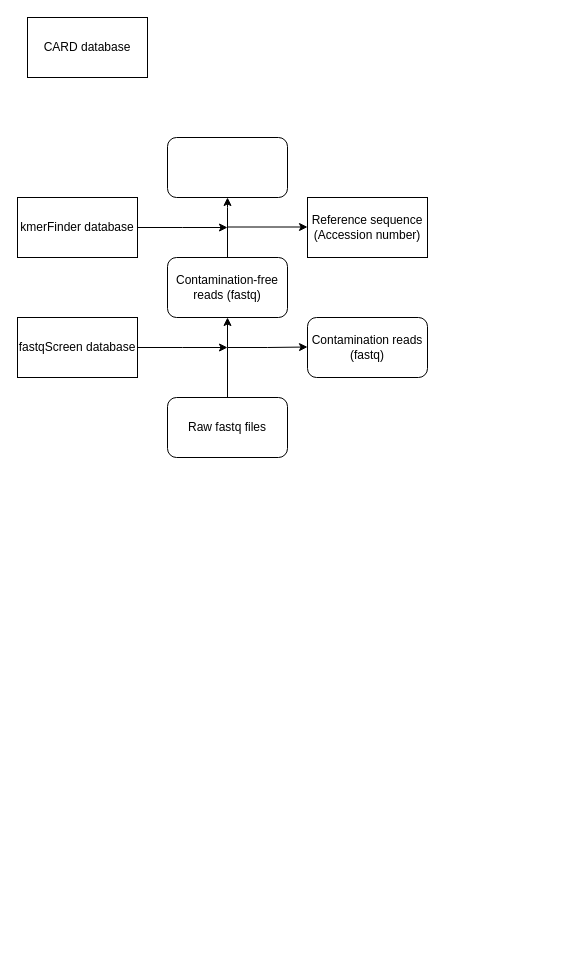
This is Updated_Workflow_Draft.drawio from NMRL/Ardetype, a draw.io file, before an edit. Source tidied: cells renumbered, new cells numbered last; positions are measured from the earlier drawing's top-left corner, leaving out a move shared by most shapes. Both pictures are drawn from the tidied source at 100%, with x=0, y=0 at pixel (17, 17).
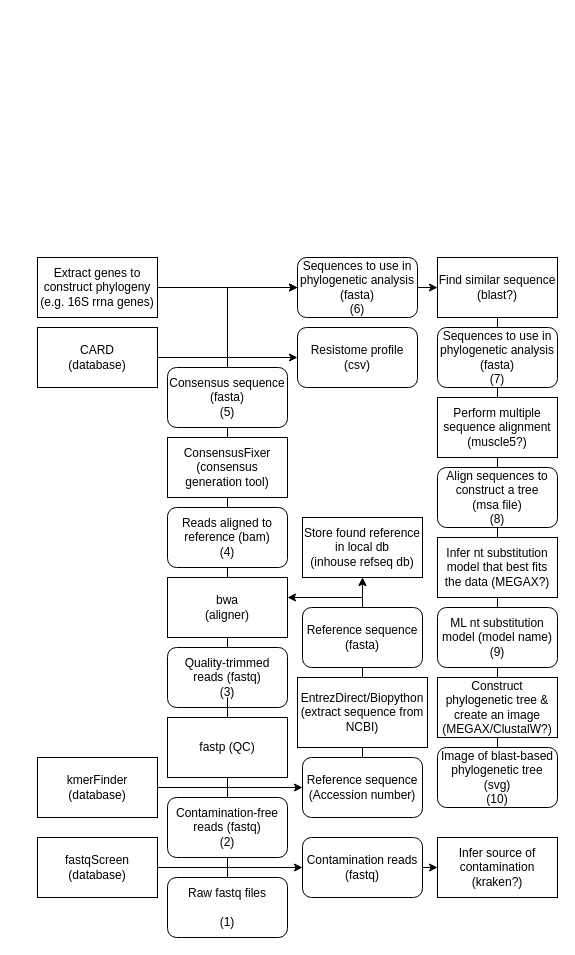
The same diagram, later.

What changed in the source:
```diff
@@
-    <mxCell id="2" value="CARD database" style="rounded=0;whiteSpace=wrap;html=1;" parent="1" vertex="1">
-      <mxGeometry x="10" width="120" height="60" as="geometry" />
-    </mxCell>
-    <mxCell id="3" style="edgeStyle=orthogonalEdgeStyle;rounded=0;jettySize=auto;html=1;exitX=1;exitY=0.5;exitDx=0;exitDy=0;" parent="1" edge="1" source="4">
-      <mxGeometry relative="1" as="geometry">
-        <mxPoint x="210" y="210" as="targetPoint" />
-      </mxGeometry>
+    <mxCell id="3" style="edgeStyle=orthogonalEdgeStyle;rounded=0;jettySize=auto;html=1;exitX=1;exitY=0.5;exitDx=0;exitDy=0;entryX=0;entryY=0.5;entryDx=0;entryDy=0;" parent="1" edge="1" source="4" target="13">
+      <mxGeometry relative="1" as="geometry" />
     </mxCell>
-    <mxCell id="4" value="kmerFinder database" style="rounded=0;whiteSpace=wrap;html=1;" parent="1" vertex="1">
-      <mxGeometry y="180" width="120" height="60" as="geometry" />
+    <mxCell id="4" value="kmerFinder (database)" style="rounded=0;whiteSpace=wrap;html=1;" parent="1" vertex="1">
+      <mxGeometry x="20" y="740" width="120" height="60" as="geometry" />
     </mxCell>
-    <mxCell id="5" style="edgeStyle=orthogonalEdgeStyle;rounded=0;jettySize=auto;html=1;" parent="1" edge="1" source="6">
-      <mxGeometry relative="1" as="geometry">
-        <mxPoint x="210" y="330" as="targetPoint" />
-      </mxGeometry>
+    <mxCell id="5" style="edgeStyle=orthogonalEdgeStyle;rounded=0;jettySize=auto;html=1;entryX=0;entryY=0.5;entryDx=0;entryDy=0;" parent="1" edge="1" source="6" target="14">
+      <mxGeometry relative="1" as="geometry" />
     </mxCell>
-    <mxCell id="6" value="fastqScreen database" style="rounded=0;whiteSpace=wrap;html=1;" parent="1" vertex="1">
-      <mxGeometry y="300" width="120" height="60" as="geometry" />
+    <mxCell id="6" value="fastqScreen (database)" style="rounded=0;whiteSpace=wrap;html=1;" parent="1" vertex="1">
+      <mxGeometry x="20" y="820" width="120" height="60" as="geometry" />
     </mxCell>
-    <mxCell id="7" value="&lt;div&gt;Raw fastq files&lt;br&gt;&lt;/div&gt;" style="rounded=1;whiteSpace=wrap;html=1;" parent="1" vertex="1">
-      <mxGeometry x="150" y="380" width="120" height="60" as="geometry" />
+    <mxCell id="7" value="&lt;div&gt;Raw fastq files&lt;br&gt;&lt;/div&gt;&lt;div&gt;&lt;br&gt;&lt;/div&gt;&lt;div&gt;(1)&lt;br&gt;&lt;/div&gt;" style="rounded=1;whiteSpace=wrap;html=1;" parent="1" vertex="1">
+      <mxGeometry x="150" y="860" width="120" height="60" as="geometry" />
     </mxCell>
-    <mxCell id="8" style="endArrow=classic;html=1;rounded=0;exitX=0.5;exitY=0;exitDx=0;exitDy=0;" parent="1" edge="1" source="7">
+    <mxCell id="8" style="endArrow=classic;html=1;rounded=0;exitX=0.5;exitY=0;exitDx=0;exitDy=0;startArrow=none;" parent="1" edge="1" source="10">
       <mxGeometry relative="1" as="geometry">
-        <mxPoint x="210" y="300" as="targetPoint" />
-        <Array as="points">
-          <mxPoint x="210" y="330" />
-        </Array>
+        <mxPoint x="210" y="810" as="targetPoint" />
       </mxGeometry>
     </mxCell>
-    <mxCell id="9" style="edgeStyle=orthogonalEdgeStyle;rounded=0;jettySize=auto;html=1;exitX=0.5;exitY=0;exitDx=0;exitDy=0;" parent="1" edge="1" source="10">
+    <mxCell id="9" style="edgeStyle=orthogonalEdgeStyle;rounded=0;jettySize=auto;html=1;exitX=0.5;exitY=0;exitDx=0;exitDy=0;startArrow=none;entryX=0;entryY=0.5;entryDx=0;entryDy=0;" parent="1" edge="1" source="20" target="32">
       <mxGeometry relative="1" as="geometry">
-        <mxPoint x="210" y="180" as="targetPoint" />
         <Array as="points">
-          <mxPoint x="210" y="190" />
-          <mxPoint x="210" y="190" />
+          <mxPoint x="210" y="270" />
         </Array>
       </mxGeometry>
     </mxCell>
+    <mxCell id="16" style="edgeStyle=none;rounded=0;jettySize=auto;html=1;exitX=1;exitY=0.5;exitDx=0;exitDy=0;" parent="1" edge="1" source="14" target="48">
+      <mxGeometry relative="1" as="geometry" />
+    </mxCell>
+    <mxCell id="14" value="&lt;div&gt;Contamination reads&lt;/div&gt;&lt;div&gt;(fastq)&lt;br&gt;&lt;/div&gt;" style="rounded=1;whiteSpace=wrap;html=1;" parent="1" vertex="1">
+      <mxGeometry x="285" y="820" width="120" height="60" as="geometry" />
+    </mxCell>
+    <mxCell id="13" value="&lt;div&gt;Reference sequence&lt;/div&gt;&lt;div&gt;(Accession number)&lt;br&gt;&lt;/div&gt;" style="rounded=1;whiteSpace=wrap;html=1;" parent="1" vertex="1">
+      <mxGeometry x="285" y="740" width="120" height="60" as="geometry" />
+    </mxCell>
+    <mxCell id="17" value="&lt;div&gt;bwa &lt;br&gt;&lt;/div&gt;&lt;div&gt;(aligner)&lt;/div&gt;" style="rounded=0;whiteSpace=wrap;html=1;" parent="1" vertex="1">
+      <mxGeometry x="150" y="560" width="120" height="60" as="geometry" />
+    </mxCell>
+    <mxCell id="18" value="&lt;div&gt;ConsensusFixer&lt;/div&gt;&lt;div&gt;(consensus generation tool)&lt;br&gt;&lt;/div&gt;" style="rounded=0;whiteSpace=wrap;html=1;" parent="1" vertex="1">
+      <mxGeometry x="150" y="420" width="120" height="60" as="geometry" />
+    </mxCell>
-    <mxCell id="10" value="Contamination-free reads (fastq)" style="rounded=1;whiteSpace=wrap;html=1;" parent="1" vertex="1">
-      <mxGeometry x="150" y="240" width="120" height="60" as="geometry" />
+    <mxCell id="10" value="&lt;div&gt;Contamination-free reads (fastq)&lt;/div&gt;&lt;div&gt;(2)&lt;/div&gt;" style="rounded=1;whiteSpace=wrap;html=1;" parent="1" vertex="1">
+      <mxGeometry x="150" y="780" width="120" height="60" as="geometry" />
     </mxCell>
-    <mxCell id="11" style="rounded=1;whiteSpace=wrap;html=1;" parent="1" vertex="1">
-      <mxGeometry x="150" y="120" width="120" height="60" as="geometry" />
-    </mxCell>
-    <mxCell id="12" style="edgeStyle=orthogonalEdgeStyle;rounded=0;jettySize=auto;html=1;exitX=1;exitY=0.5;exitDx=0;exitDy=0;" parent="1" edge="1" target="13">
-      <mxGeometry relative="1" as="geometry">
-        <mxPoint x="210" y="209.5" as="sourcePoint" />
-      </mxGeometry>
-    </mxCell>
-    <mxCell id="13" value="&lt;div&gt;Reference sequence&lt;/div&gt;&lt;div&gt;(Accession number)&lt;br&gt;&lt;/div&gt;" style="rounded=0;whiteSpace=wrap;html=1;" parent="1" vertex="1">
-      <mxGeometry x="290" y="180" width="120" height="60" as="geometry" />
-    </mxCell>
-    <mxCell id="14" value="&lt;div&gt;Contamination reads&lt;/div&gt;&lt;div&gt;(fastq)&lt;br&gt;&lt;/div&gt;" style="rounded=1;whiteSpace=wrap;html=1;" parent="1" vertex="1">
-      <mxGeometry x="290" y="300" width="120" height="60" as="geometry" />
-    </mxCell>
-    <mxCell id="15" style="edgeStyle=orthogonalEdgeStyle;rounded=0;orthogonalLoop=1;jettySize=auto;html=1;" parent="1" edge="1">
-      <mxGeometry relative="1" as="geometry">
-        <mxPoint x="210" y="330" as="sourcePoint" />
-        <mxPoint x="290" y="329.5" as="targetPoint" />
-        <Array as="points">
-          <mxPoint x="250" y="330" />
-        </Array>
-      </mxGeometry>
-    </mxCell>
+    <mxCell id="19" style="endArrow=none;html=1;rounded=0;exitX=0.5;exitY=0;exitDx=0;exitDy=0;" parent="1" edge="1" source="7" target="10">
+      <mxGeometry relative="1" as="geometry">
+        <Array as="points">
+          <mxPoint x="210" y="840" />
+        </Array>
+      </mxGeometry>
+    </mxCell>
+    <mxCell id="20" value="&lt;div&gt;Quality-trimmed reads (fastq)&lt;/div&gt;&lt;div&gt;(3)&lt;/div&gt;" style="rounded=1;whiteSpace=wrap;html=1;" parent="1" vertex="1">
+      <mxGeometry x="150" y="630" width="120" height="60" as="geometry" />
+    </mxCell>
+    <mxCell id="21" style="edgeStyle=orthogonalEdgeStyle;rounded=0;jettySize=auto;html=1;exitX=0.5;exitY=0;exitDx=0;exitDy=0;endArrow=none;startArrow=none;" parent="1" edge="1" source="22" target="20">
+      <mxGeometry relative="1" as="geometry" />
+    </mxCell>
+    <mxCell id="22" value="fastp (QC)" style="rounded=0;whiteSpace=wrap;html=1;" parent="1" vertex="1">
+      <mxGeometry x="150" y="700" width="120" height="60" as="geometry" />
+    </mxCell>
+    <mxCell id="23" style="edgeStyle=orthogonalEdgeStyle;rounded=0;jettySize=auto;html=1;exitX=0.5;exitY=0;exitDx=0;exitDy=0;endArrow=none;" parent="1" edge="1" source="10" target="22">
+      <mxGeometry relative="1" as="geometry">
+        <Array as="points">
+          <mxPoint x="210" y="700" />
+        </Array>
+      </mxGeometry>
+    </mxCell>
+    <mxCell id="24" value="&lt;div&gt;Reads aligned to reference (bam)&lt;/div&gt;&lt;div&gt;(4)&lt;br&gt;&lt;/div&gt;" style="rounded=1;whiteSpace=wrap;html=1;" parent="1" vertex="1">
+      <mxGeometry x="150" y="490" width="120" height="60" as="geometry" />
+    </mxCell>
+    <mxCell id="25" value="&lt;div&gt;Consensus sequence&lt;/div&gt;&lt;div&gt;(fasta)&lt;/div&gt;&lt;div&gt;(5)&lt;/div&gt;" style="rounded=1;whiteSpace=wrap;html=1;" parent="1" vertex="1">
+      <mxGeometry x="150" y="350" width="120" height="60" as="geometry" />
+    </mxCell>
+    <mxCell id="26" style="edgeStyle=none;rounded=0;jettySize=auto;html=1;entryX=0;entryY=0.5;entryDx=0;entryDy=0;" parent="1" edge="1" source="27" target="28">
+      <mxGeometry relative="1" as="geometry" />
+    </mxCell>
+    <mxCell id="27" value="&lt;div&gt;CARD &lt;br&gt;&lt;/div&gt;&lt;div&gt;(database)&lt;/div&gt;" style="rounded=0;whiteSpace=wrap;html=1;" parent="1" vertex="1">
+      <mxGeometry x="20" y="310" width="120" height="60" as="geometry" />
+    </mxCell>
+    <mxCell id="28" value="&lt;div&gt;Resistome profile&lt;/div&gt;&lt;div&gt;(csv)&lt;br&gt;&lt;/div&gt;" style="rounded=1;whiteSpace=wrap;html=1;" parent="1" vertex="1">
+      <mxGeometry x="280" y="310" width="120" height="60" as="geometry" />
+    </mxCell>
+    <mxCell id="29" style="edgeStyle=none;rounded=0;jettySize=auto;html=1;entryX=0;entryY=0.5;entryDx=0;entryDy=0;" parent="1" edge="1" source="30" target="32">
+      <mxGeometry relative="1" as="geometry" />
+    </mxCell>
+    <mxCell id="30" value="&lt;div&gt;Extract genes to construct phylogeny&lt;/div&gt;&lt;div&gt;(e.g. 16S rrna genes)&lt;br&gt;&lt;/div&gt;" style="rounded=0;whiteSpace=wrap;html=1;" parent="1" vertex="1">
+      <mxGeometry x="20" y="240" width="120" height="60" as="geometry" />
+    </mxCell>
+    <mxCell id="31" style="edgeStyle=none;rounded=0;orthogonalLoop=1;jettySize=auto;html=1;exitX=1;exitY=0.5;exitDx=0;exitDy=0;" parent="1" edge="1">
+      <mxGeometry relative="1" as="geometry">
+        <mxPoint x="380" y="270" as="sourcePoint" />
+        <mxPoint x="420" y="270" as="targetPoint" />
+      </mxGeometry>
+    </mxCell>
+    <mxCell id="32" value="&lt;div&gt;Sequences to use in phylogenetic analysis&lt;/div&gt;&lt;div&gt;(fasta)&lt;/div&gt;&lt;div&gt;(6)&lt;/div&gt;" style="rounded=1;whiteSpace=wrap;html=1;" parent="1" vertex="1">
+      <mxGeometry x="280" y="240" width="120" height="60" as="geometry" />
+    </mxCell>
+    <mxCell id="33" style="endArrow=classic;html=1;rounded=0;exitX=0.5;exitY=0;exitDx=0;exitDy=0;" parent="1" edge="1" source="13">
+      <mxGeometry relative="1" as="geometry">
+        <mxPoint x="270" y="580" as="targetPoint" />
+        <Array as="points">
+          <mxPoint x="345" y="580" />
+        </Array>
+      </mxGeometry>
+    </mxCell>
+    <mxCell id="34" value="EntrezDirect/Biopython (extract sequence from NCBI)" style="rounded=0;whiteSpace=wrap;html=1;" parent="1" vertex="1">
+      <mxGeometry x="280" y="660" width="130" height="70" as="geometry" />
+    </mxCell>
+    <mxCell id="35" style="edgeStyle=none;rounded=0;jettySize=auto;html=1;" parent="1" edge="1" source="36" target="47">
+      <mxGeometry relative="1" as="geometry" />
+    </mxCell>
+    <mxCell id="36" value="&lt;div&gt;Reference sequence&lt;/div&gt;&lt;div&gt;(fasta)&lt;br&gt;&lt;/div&gt;" style="rounded=1;whiteSpace=wrap;html=1;" parent="1" vertex="1">
+      <mxGeometry x="285" y="590" width="120" height="60" as="geometry" />
+    </mxCell>
+    <mxCell id="37" style="edgeStyle=none;rounded=0;jettySize=auto;html=1;startArrow=none;" parent="1" edge="1" source="39">
+      <mxGeometry relative="1" as="geometry">
+        <mxPoint x="480" y="750" as="targetPoint" />
+      </mxGeometry>
+    </mxCell>
+    <mxCell id="38" value="&lt;div&gt;Find similar sequence&lt;/div&gt;&lt;div&gt;(blast?)&lt;br&gt;&lt;/div&gt;" style="rounded=0;whiteSpace=wrap;html=1;" parent="1" vertex="1">
+      <mxGeometry x="420" y="240" width="120" height="60" as="geometry" />
+    </mxCell>
+    <mxCell id="39" value="&lt;div&gt;Sequences to use in phylogenetic analysis&lt;/div&gt;&lt;div&gt;(fasta)&lt;/div&gt;&lt;div&gt;(7)&lt;/div&gt;" style="rounded=1;whiteSpace=wrap;html=1;" parent="1" vertex="1">
+      <mxGeometry x="420" y="310" width="120" height="60" as="geometry" />
+    </mxCell>
+    <mxCell id="40" style="edgeStyle=none;rounded=0;jettySize=auto;html=1;endArrow=none;" parent="1" edge="1" source="38" target="39">
+      <mxGeometry relative="1" as="geometry" />
+    </mxCell>
+    <mxCell id="41" value="&lt;div&gt;Perform multiple sequence alignment&lt;/div&gt;&lt;div&gt;(muscle5?)&lt;br&gt;&lt;/div&gt;" style="rounded=0;whiteSpace=wrap;html=1;" parent="1" vertex="1">
+      <mxGeometry x="420" y="380" width="120" height="60" as="geometry" />
+    </mxCell>
+    <mxCell id="42" value="&lt;div&gt;Align sequences to construct a tree&lt;/div&gt;&lt;div&gt;(msa file)&lt;/div&gt;&lt;div&gt;(8)&lt;/div&gt;" style="rounded=1;whiteSpace=wrap;html=1;" parent="1" vertex="1">
+      <mxGeometry x="420" y="450" width="120" height="60" as="geometry" />
+    </mxCell>
+    <mxCell id="43" value="Infer nt substitution model that best fits the data (MEGAX?)" style="rounded=0;whiteSpace=wrap;html=1;" parent="1" vertex="1">
+      <mxGeometry x="420" y="520" width="120" height="60" as="geometry" />
+    </mxCell>
+    <mxCell id="44" value="&lt;div&gt;ML nt substitution model (model name)&lt;br&gt;&lt;/div&gt;&lt;div&gt;(9)&lt;/div&gt;" style="rounded=1;whiteSpace=wrap;html=1;" parent="1" vertex="1">
+      <mxGeometry x="420" y="590" width="120" height="60" as="geometry" />
+    </mxCell>
+    <mxCell id="45" value="&lt;div&gt;Construct phylogenetic tree &amp;amp; create an image&lt;/div&gt;&lt;div&gt;(MEGAX/ClustalW?)&lt;br&gt;&lt;/div&gt;" style="rounded=0;whiteSpace=wrap;html=1;" parent="1" vertex="1">
+      <mxGeometry x="420" y="660" width="120" height="60" as="geometry" />
+    </mxCell>
+    <mxCell id="46" value="&lt;div&gt;Image of blast-based phylogenetic tree&lt;/div&gt;&lt;div&gt;(svg)&lt;/div&gt;&lt;div&gt;(10)&lt;br&gt;&lt;/div&gt;" style="rounded=1;whiteSpace=wrap;html=1;" parent="1" vertex="1">
+      <mxGeometry x="420" y="730" width="120" height="60" as="geometry" />
+    </mxCell>
+    <mxCell id="47" value="&lt;div&gt;Store found reference in local db&lt;/div&gt;&lt;div&gt;(inhouse refseq db)&lt;br&gt;&lt;/div&gt;" style="rounded=0;whiteSpace=wrap;html=1;" parent="1" vertex="1">
+      <mxGeometry x="285" y="500" width="120" height="60" as="geometry" />
+    </mxCell>
+    <mxCell id="48" value="&lt;div&gt;Infer source of contamination&lt;/div&gt;&lt;div&gt;(kraken?)&lt;br&gt;&lt;/div&gt;" style="rounded=0;whiteSpace=wrap;html=1;" parent="1" vertex="1">
+      <mxGeometry x="420" y="820" width="120" height="60" as="geometry" />
+    </mxCell>
+    <mxCell id="49" style="endArrow=classic;html=1;rounded=0;entryX=0.5;entryY=1;entryDx=0;entryDy=0;" parent="1" edge="1" target="47">
+      <mxGeometry relative="1" as="geometry">
+        <mxPoint x="345" y="575" as="sourcePoint" />
+      </mxGeometry>
+    </mxCell>
```
